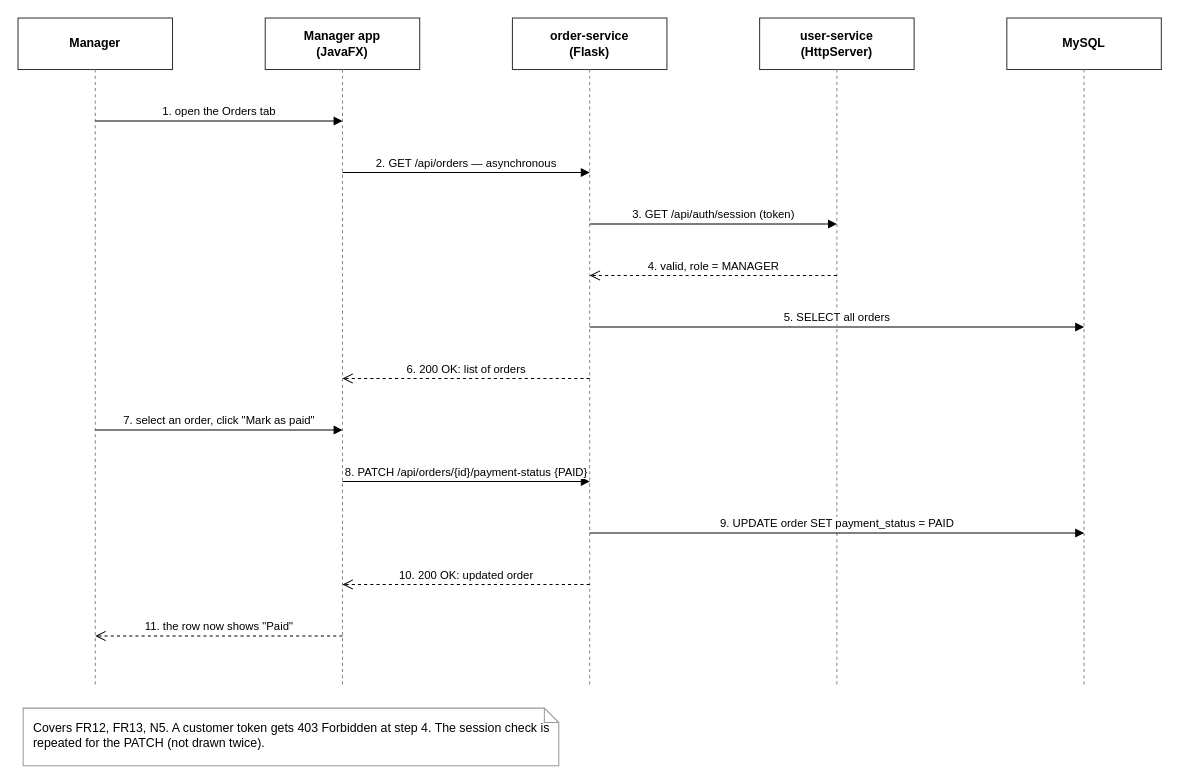
Above: docs/02-design/diagrams/sequence-update-payment.drawio in KFUPMer/csce310-bookstore (draw.io), before the change. Source tidied: cells renumbered, new cells numbered last; positions are measured from the earlier drawing's top-left corner, leaving out a move shared by most shapes. Both pictures are drawn from the tidied source at 103%, with x=0, y=0 at pixel (18, 18).
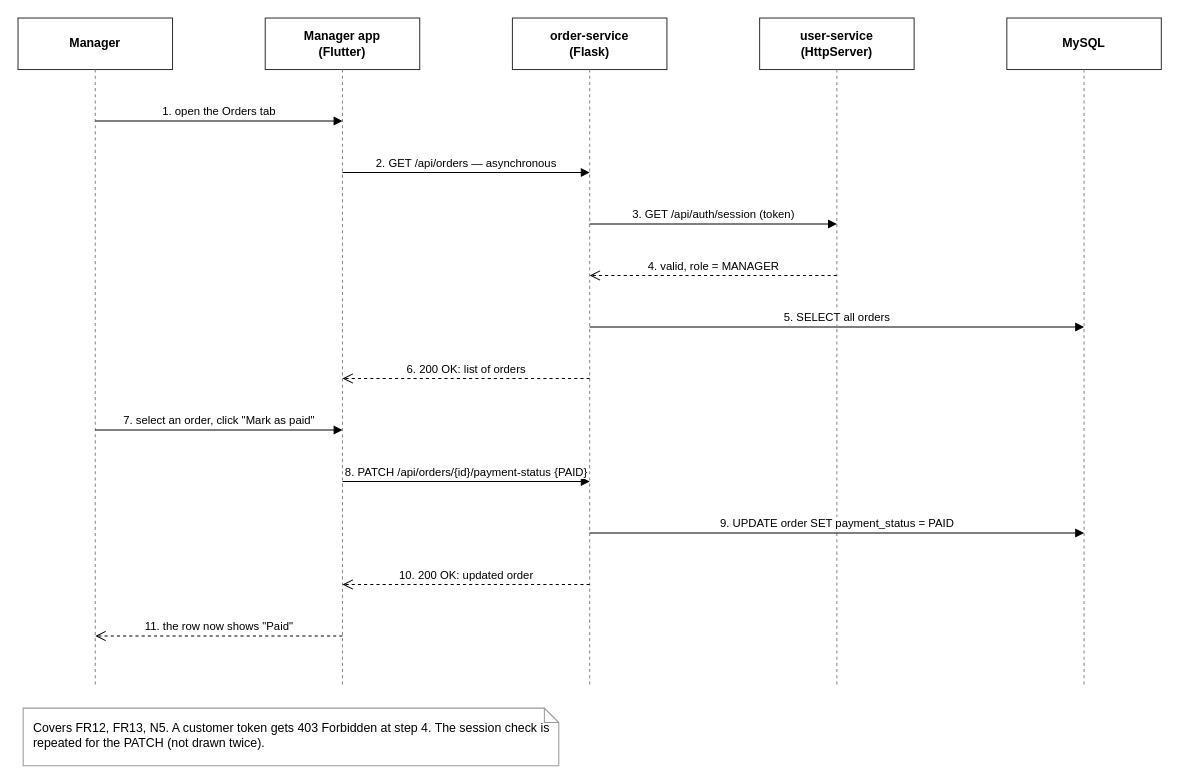
The same page after the edit.

What changed in the source:
```diff
@@
-    <mxCell id="4" value="Manager app&lt;br&gt;(JavaFX)" style="rounded=0;whiteSpace=wrap;html=1;fontStyle=1;fontSize=12;fillColor=#ffffff;strokeColor=#333333;" parent="1" vertex="1">
+    <mxCell id="4" value="Manager app&lt;br&gt;(Flutter)" style="rounded=0;whiteSpace=wrap;html=1;fontStyle=1;fontSize=12;fillColor=#ffffff;strokeColor=#333333;" parent="1" vertex="1">
       <mxGeometry x="240" width="150" height="50" as="geometry" />
     </mxCell>
```
